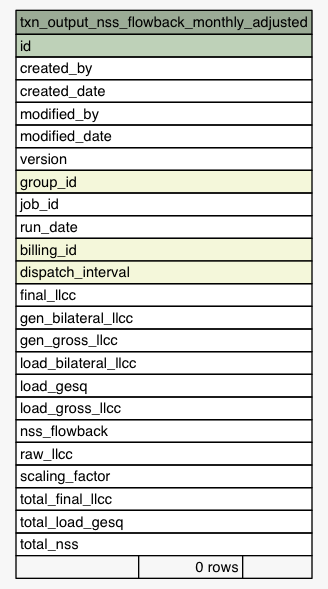
eyana-m/python-data-dictionary-writer keeps this Graphviz diagram as Data/settlement/diagrams/summary/txn_output_nss_flowback_monthly_adjusted.1degree.png. Above is the earlier version. Its source is kept beside it as Data/settlement/diagrams/summary/txn_output_nss_flowback_monthly_adjusted.1degree.dot.
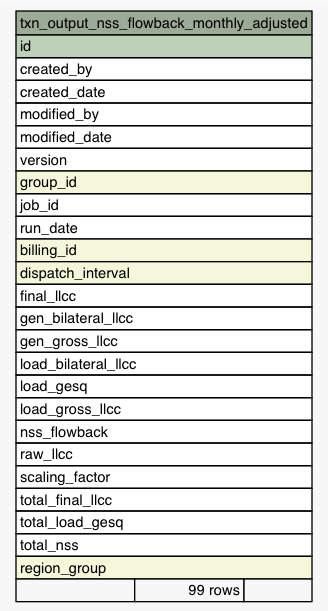
Later version of the same file.

The edit, as a diff of the source:
```diff
@@ -42,7 +42,8 @@
       <TR><TD PORT="total_final_llcc" COLSPAN="3" ALIGN="LEFT">total_final_llcc</TD></TR>
       <TR><TD PORT="total_load_gesq" COLSPAN="3" ALIGN="LEFT">total_load_gesq</TD></TR>
       <TR><TD PORT="total_nss" COLSPAN="3" ALIGN="LEFT">total_nss</TD></TR>
-      <TR><TD ALIGN="LEFT" BGCOLOR="#f7f7f7">  </TD><TD ALIGN="RIGHT" BGCOLOR="#f7f7f7">0 rows</TD><TD ALIGN="RIGHT" BGCOLOR="#f7f7f7">  </TD></TR>
+      <TR><TD PORT="region_group" COLSPAN="3" BGCOLOR="#f4f7da" ALIGN="LEFT">region_group</TD></TR>
+      <TR><TD ALIGN="LEFT" BGCOLOR="#f7f7f7">  </TD><TD ALIGN="RIGHT" BGCOLOR="#f7f7f7">99 rows</TD><TD ALIGN="RIGHT" BGCOLOR="#f7f7f7">  </TD></TR>
     </TABLE>>
     URL="tables/txn_output_nss_flowback_monthly_adjusted.html"
     tooltip="txn_output_nss_flowback_monthly_adjusted"
```
